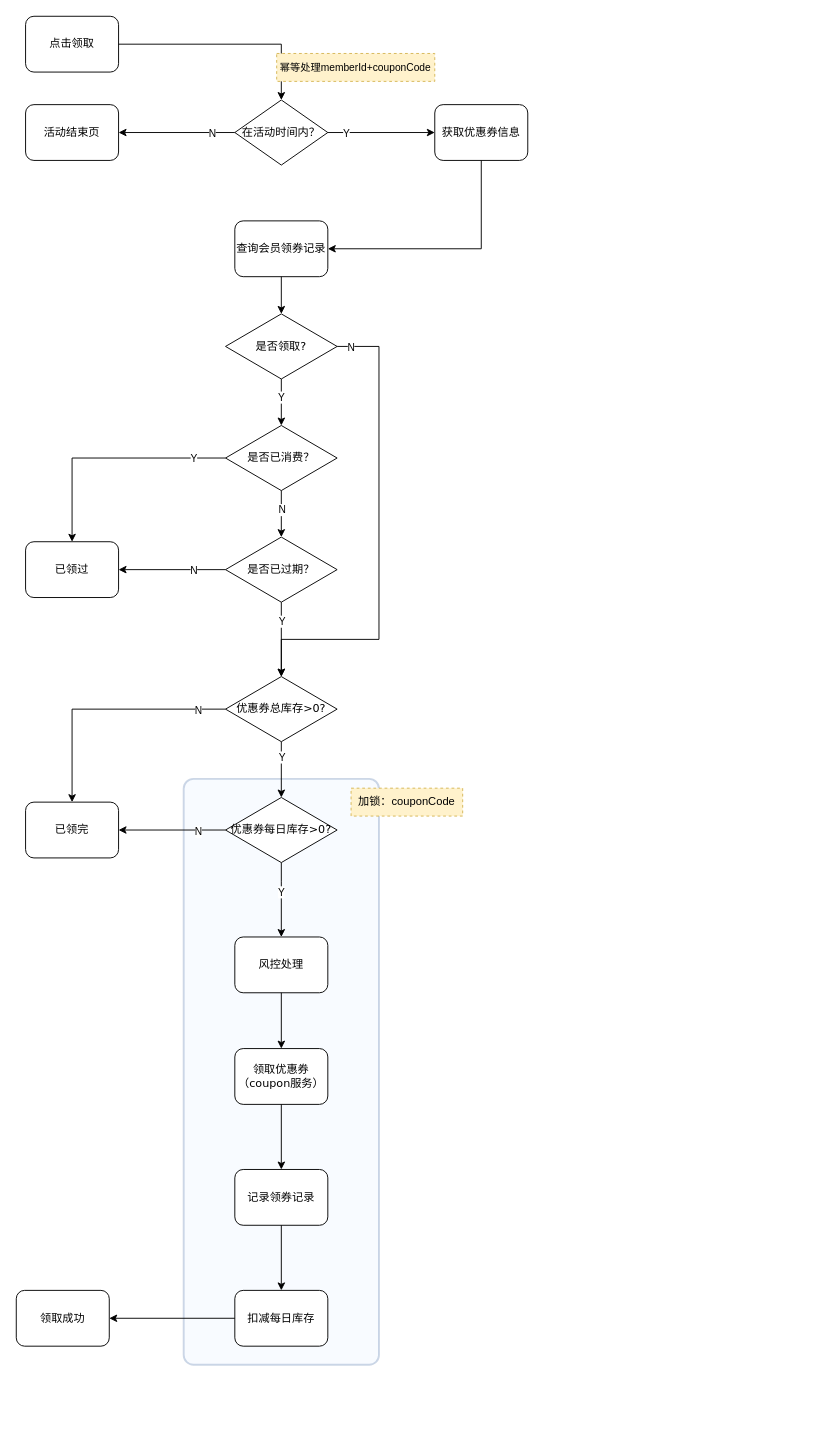
Before: tutorial/spiders/未命名绘图.drawio in Zhang-BigSmart/tutorial, a draw.io diagram. Source tidied: cells renumbered, new cells numbered last; positions are measured from the earlier drawing's top-left corner, leaving out a move shared by most shapes. Both pictures are drawn from the tidied source at 93%, with x=0, y=0 at pixel (16, 16).
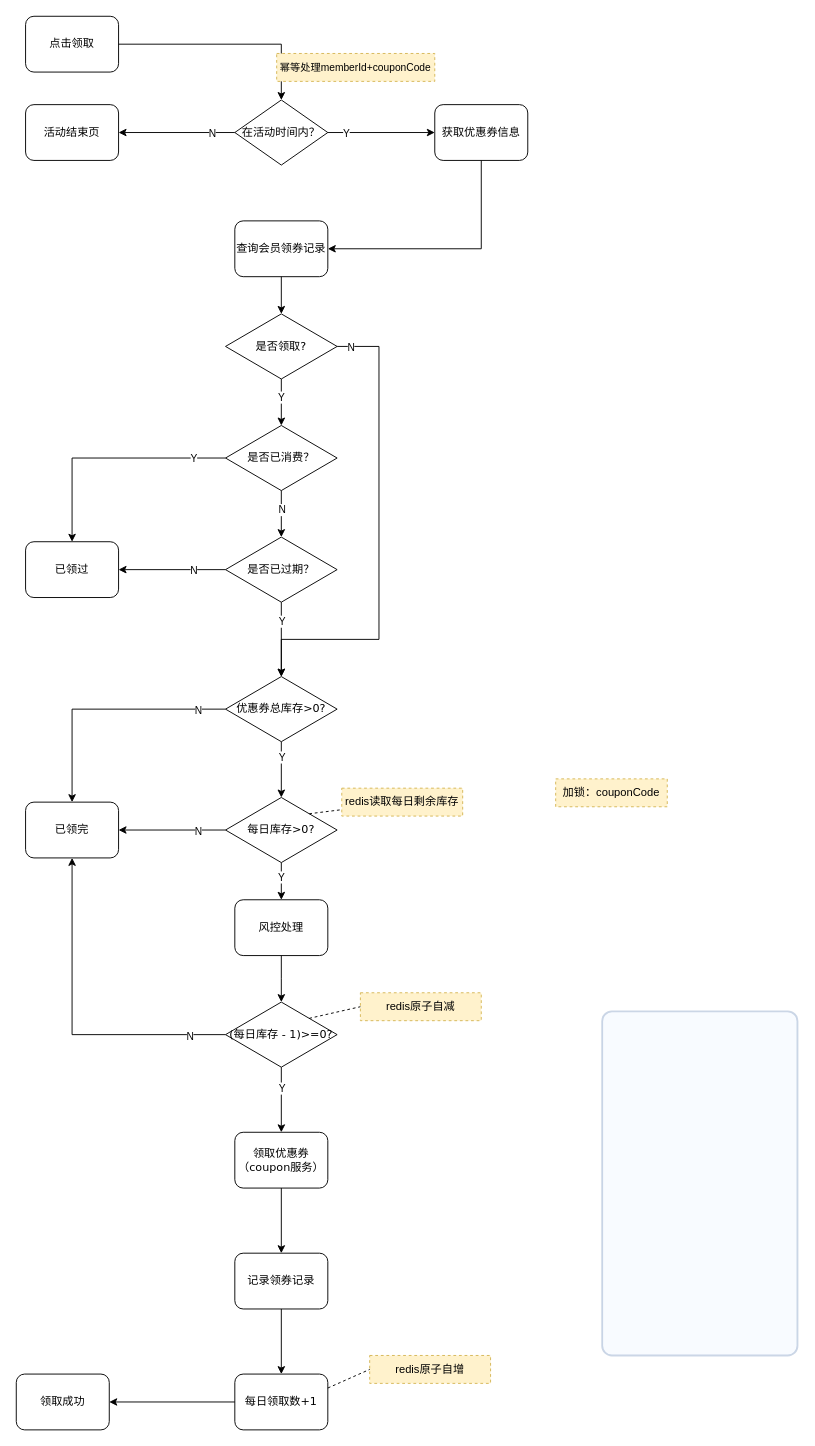
Above is the later version.

Commit message:
更新未命名绘图.drawio

Unchanged cells that the change refers to:
```xml
<mxCell id="6" value="已领完" style="rounded=1;whiteSpace=wrap;html=1;shadow=0;labelBackgroundColor=none;strokeWidth=1;fontFamily=Verdana;fontSize=12;align=center;" parent="1" vertex="1">
  <mxGeometry x="10" y="845" width="100" height="60" as="geometry" />
</mxCell>
```

What changed in the source:
```diff
@@
     <mxCell id="5" value="领取成功" style="rounded=1;whiteSpace=wrap;html=1;shadow=0;labelBackgroundColor=none;strokeWidth=1;fontFamily=Verdana;fontSize=12;align=center;" parent="1" vertex="1">
-      <mxGeometry y="1370" width="100" height="60" as="geometry" />
+      <mxGeometry y="1460" width="100" height="60" as="geometry" />
     </mxCell>
@@
     <mxCell id="8" style="rounded=1;whiteSpace=wrap;html=1;fillStyle=auto;fillColor=#dae8fc;strokeColor=#073b83;arcSize=5;opacity=20;strokeWidth=2;" parent="1" vertex="1">
-      <mxGeometry x="180" y="820" width="210" height="630" as="geometry" />
+      <mxGeometry x="630" y="1070" width="210" height="370" as="geometry" />
     </mxCell>
@@
     <mxCell id="15" value="风控处理" style="rounded=1;whiteSpace=wrap;html=1;shadow=0;labelBackgroundColor=none;strokeWidth=1;fontFamily=Verdana;fontSize=12;align=center;" parent="1" vertex="1">
-      <mxGeometry x="235" y="990" width="100" height="60" as="geometry" />
+      <mxGeometry x="235" y="950" width="100" height="60" as="geometry" />
     </mxCell>
@@
     <mxCell id="23" value="记录领券记录" style="rounded=1;whiteSpace=wrap;html=1;shadow=0;labelBackgroundColor=none;strokeWidth=1;fontFamily=Verdana;fontSize=12;align=center;" parent="1" vertex="1">
-      <mxGeometry x="235" y="1240" width="100" height="60" as="geometry" />
+      <mxGeometry x="235" y="1330" width="100" height="60" as="geometry" />
     </mxCell>
@@
-    <mxCell id="28" value="优惠券每日库存&amp;gt;0?" style="rhombus;whiteSpace=wrap;html=1;rounded=0;shadow=0;labelBackgroundColor=none;strokeWidth=1;fontFamily=Verdana;fontSize=12;align=center;" parent="1" vertex="1">
+    <mxCell id="28" value="每日库存&amp;gt;0?" style="rhombus;whiteSpace=wrap;html=1;rounded=0;shadow=0;labelBackgroundColor=none;strokeWidth=1;fontFamily=Verdana;fontSize=12;align=center;" parent="1" vertex="1">
       <mxGeometry x="225" y="840" width="120" height="70" as="geometry" />
     </mxCell>
-    <mxCell id="29" value="扣减每日库存" style="rounded=1;whiteSpace=wrap;html=1;shadow=0;labelBackgroundColor=none;strokeWidth=1;fontFamily=Verdana;fontSize=12;align=center;" parent="1" vertex="1">
-      <mxGeometry x="235" y="1370" width="100" height="60" as="geometry" />
+    <mxCell id="29" value="每日领取数+1" style="rounded=1;whiteSpace=wrap;html=1;shadow=0;labelBackgroundColor=none;strokeWidth=1;fontFamily=Verdana;fontSize=12;align=center;" parent="1" vertex="1">
+      <mxGeometry x="235" y="1460" width="100" height="60" as="geometry" />
     </mxCell>
@@
     <mxCell id="31" value="领取优惠券&lt;br&gt;（coupon服务）" style="rounded=1;whiteSpace=wrap;html=1;shadow=0;labelBackgroundColor=none;strokeWidth=1;fontFamily=Verdana;fontSize=12;align=center;" parent="1" vertex="1">
-      <mxGeometry x="235" y="1110" width="100" height="60" as="geometry" />
+      <mxGeometry x="235" y="1200" width="100" height="60" as="geometry" />
     </mxCell>
@@
-    <mxCell id="42" style="edgeStyle=orthogonalEdgeStyle;rounded=0;jettySize=auto;html=1;" parent="1" edge="1" source="15" target="31">
-      <mxGeometry relative="1" as="geometry" />
+    <mxCell id="42" style="edgeStyle=orthogonalEdgeStyle;rounded=0;jettySize=auto;html=1;" parent="1" edge="1" source="15">
+      <mxGeometry relative="1" as="geometry">
+        <mxPoint x="285" y="1060" as="targetPoint" />
+      </mxGeometry>
     </mxCell>
@@
     <mxCell id="49" value="加锁：couponCode" style="rounded=0;whiteSpace=wrap;html=1;fillColor=#fff2cc;strokeColor=#d6b656;dashed=1;" parent="1" vertex="1">
-      <mxGeometry x="360" y="830" width="120" height="30" as="geometry" />
+      <mxGeometry x="580" y="820" width="120" height="30" as="geometry" />
     </mxCell>
@@
+    <mxCell id="51" style="edgeStyle=orthogonalEdgeStyle;rounded=0;jettySize=auto;html=1;entryX=0.5;entryY=1;entryDx=0;entryDy=0;" parent="1" edge="1" source="55" target="6">
+      <mxGeometry relative="1" as="geometry" />
+    </mxCell>
+    <mxCell id="52" value="N" style="edgeLabel;html=1;align=center;verticalAlign=middle;" parent="51" vertex="1">
+      <mxGeometry x="-0.78" y="1" relative="1" as="geometry" />
+    </mxCell>
+    <mxCell id="53" style="edgeStyle=orthogonalEdgeStyle;rounded=0;jettySize=auto;html=1;" parent="1" edge="1" source="55" target="31">
+      <mxGeometry relative="1" as="geometry" />
+    </mxCell>
+    <mxCell id="54" value="Y" style="edgeLabel;html=1;align=center;verticalAlign=middle;" parent="53" vertex="1">
+      <mxGeometry x="-0.37" relative="1" as="geometry" />
+    </mxCell>
+    <mxCell id="55" value="(每日库存 - 1)&amp;gt;=0?" style="rhombus;whiteSpace=wrap;html=1;rounded=0;shadow=0;labelBackgroundColor=none;strokeWidth=1;fontFamily=Verdana;fontSize=12;align=center;" parent="1" vertex="1">
+      <mxGeometry x="225" y="1060" width="120" height="70" as="geometry" />
+    </mxCell>
+    <mxCell id="56" value="redis读取每日剩余库存" style="rounded=0;whiteSpace=wrap;html=1;fillColor=#fff2cc;strokeColor=#d6b656;dashed=1;" parent="1" vertex="1">
+      <mxGeometry x="350" y="830" width="130" height="30" as="geometry" />
+    </mxCell>
+    <mxCell id="57" style="endArrow=none;dashed=1;html=1;strokeWidth=1;rounded=0;exitX=1;exitY=0;exitDx=0;exitDy=0;" parent="1" edge="1" source="28" target="56">
+      <mxGeometry relative="1" as="geometry" />
+    </mxCell>
+    <mxCell id="58" value="redis原子自减" style="rounded=0;whiteSpace=wrap;html=1;fillColor=#fff2cc;strokeColor=#d6b656;dashed=1;" parent="1" vertex="1">
+      <mxGeometry x="370" y="1050" width="130" height="30" as="geometry" />
+    </mxCell>
+    <mxCell id="59" style="endArrow=none;dashed=1;html=1;strokeWidth=1;rounded=0;exitX=1;exitY=0;exitDx=0;exitDy=0;entryX=0;entryY=0.5;entryDx=0;entryDy=0;" parent="1" edge="1" source="55" target="58">
+      <mxGeometry relative="1" as="geometry" />
+    </mxCell>
+    <mxCell id="60" value="redis原子自增" style="rounded=0;whiteSpace=wrap;html=1;fillColor=#fff2cc;strokeColor=#d6b656;dashed=1;" parent="1" vertex="1">
+      <mxGeometry x="380" y="1440" width="130" height="30" as="geometry" />
+    </mxCell>
+    <mxCell id="61" style="endArrow=none;dashed=1;html=1;strokeWidth=1;rounded=0;exitX=1;exitY=0.25;exitDx=0;exitDy=0;entryX=0;entryY=0.5;entryDx=0;entryDy=0;" parent="1" edge="1" source="29" target="60">
+      <mxGeometry relative="1" as="geometry" />
+    </mxCell>
```
